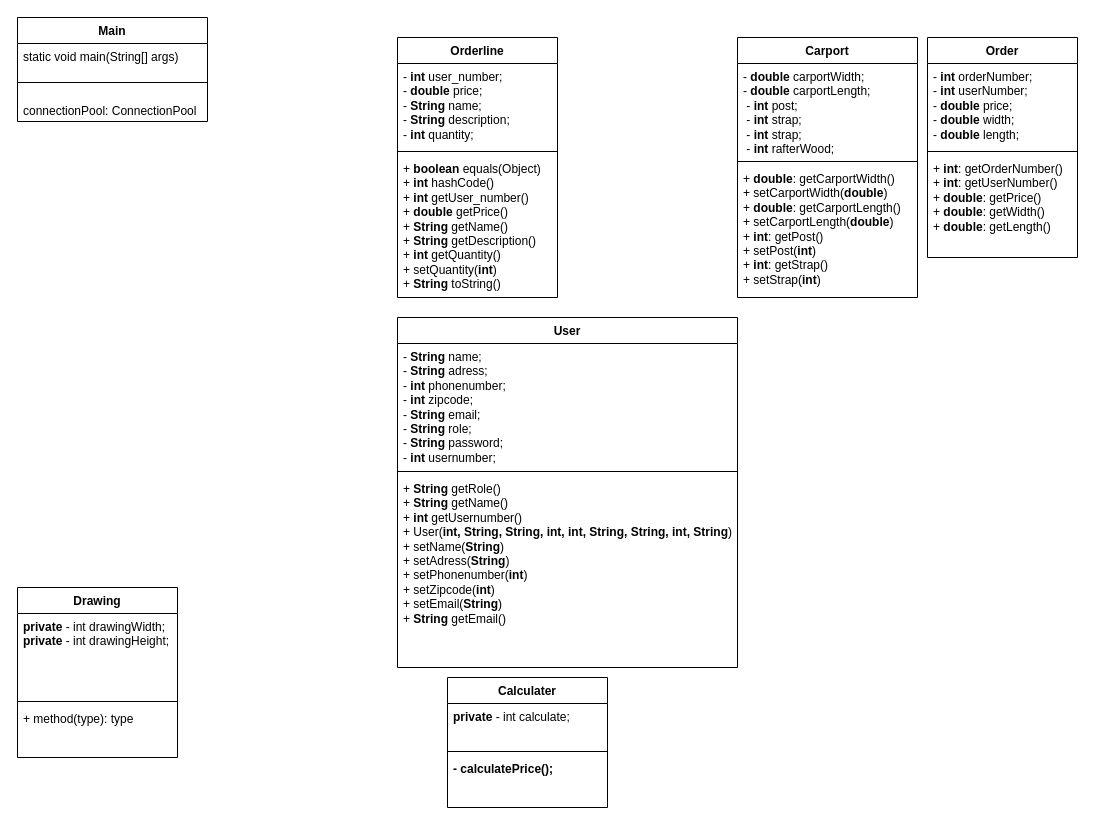
Earlier version of the draw.io diagram src/main/resources/diagrams/Classdiagrams/class diagram.drawio (RodneyMuyanga/2.-semesterprojekt-FOG). Source tidied: cells renumbered, new cells numbered last; positions are measured from the earlier drawing's top-left corner, leaving out a move shared by most shapes. Both pictures are drawn from the tidied source at 100%, with x=0, y=0 at pixel (17, 17).
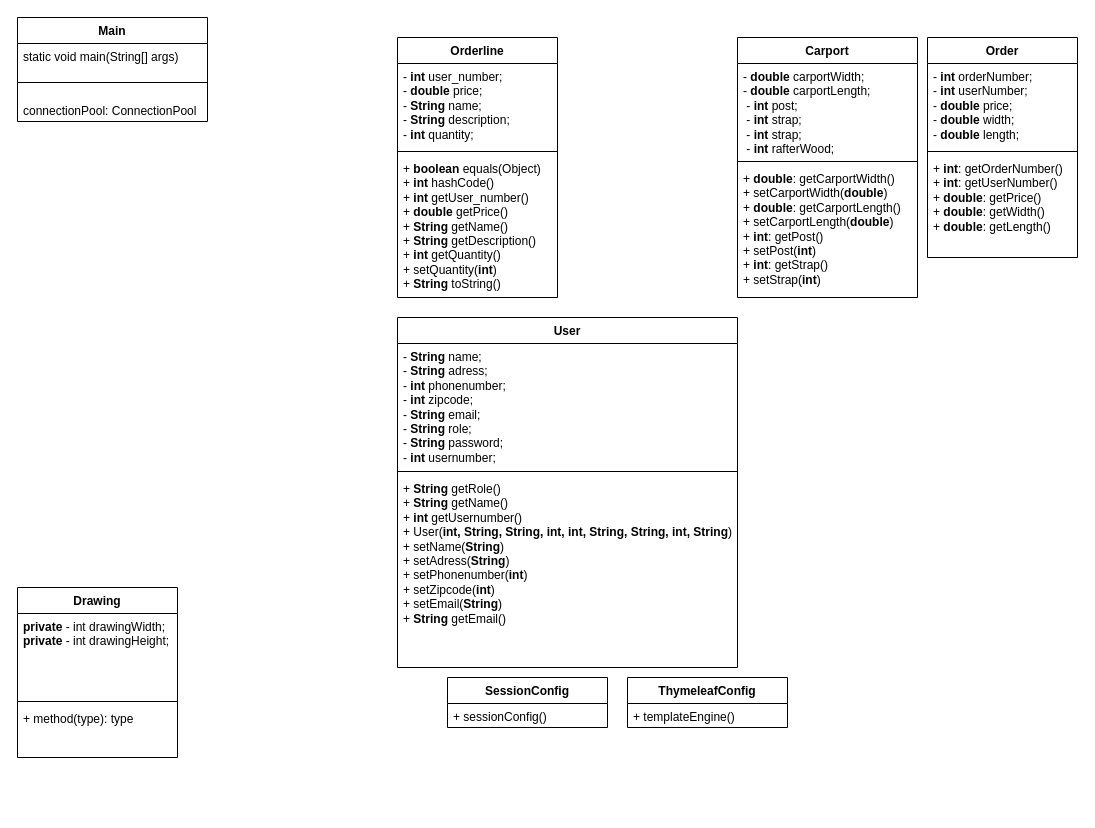
After the change.

The edit, as a diff of the source:
```diff
@@
-    <mxCell id="14" value="Calculater" style="swimlane;fontStyle=1;align=center;verticalAlign=top;horizontal=1;startSize=26;whiteSpace=wrap;html=1;" parent="1" vertex="1">
-      <mxGeometry x="430" y="660" width="160" height="130" as="geometry" />
+    <mxCell id="14" value="SessionConfig" style="swimlane;fontStyle=1;align=center;verticalAlign=top;horizontal=1;startSize=26;whiteSpace=wrap;html=1;" parent="1" vertex="1">
+      <mxGeometry x="430" y="660" width="160" height="50" as="geometry" />
     </mxCell>
-    <mxCell id="15" value="&lt;div&gt;&lt;div&gt;&lt;b&gt;private&lt;/b&gt; - int calculate;&lt;/div&gt;&lt;/div&gt;&lt;div&gt;&lt;br&gt;&lt;/div&gt;" style="text;strokeColor=none;fillColor=none;align=left;verticalAlign=top;spacingLeft=4;spacingRight=4;overflow=hidden;whiteSpace=wrap;html=1;" parent="14" vertex="1">
-      <mxGeometry y="26" width="160" height="44" as="geometry" />
+    <mxCell id="15" value="+ sessionConfig()" style="text;strokeColor=none;fillColor=none;align=left;verticalAlign=top;spacingLeft=4;spacingRight=4;overflow=hidden;whiteSpace=wrap;html=1;" parent="14" vertex="1">
+      <mxGeometry y="26" width="160" height="24" as="geometry" />
     </mxCell>
-    <mxCell id="16" style="line;strokeWidth=1;fillColor=none;align=left;verticalAlign=middle;spacingTop=-1;spacingLeft=3;spacingRight=3;labelPosition=right;strokeColor=inherit;" parent="14" vertex="1">
-      <mxGeometry y="70" width="160" height="8" as="geometry" />
-    </mxCell>
-    <mxCell id="17" value="&lt;b&gt;- calculatePrice();&lt;br&gt;&lt;/b&gt;" style="text;strokeColor=none;fillColor=none;align=left;verticalAlign=top;spacingLeft=4;spacingRight=4;overflow=hidden;whiteSpace=wrap;html=1;" parent="14" vertex="1">
-      <mxGeometry y="78" width="160" height="52" as="geometry" />
-    </mxCell>
@@
+    <mxCell id="30" value="ThymeleafConfig" style="swimlane;fontStyle=1;align=center;verticalAlign=top;horizontal=1;startSize=26;whiteSpace=wrap;html=1;" parent="1" vertex="1">
+      <mxGeometry x="610" y="660" width="160" height="50" as="geometry" />
+    </mxCell>
+    <mxCell id="31" value="+ templateEngine()" style="text;strokeColor=none;fillColor=none;align=left;verticalAlign=top;spacingLeft=4;spacingRight=4;overflow=hidden;whiteSpace=wrap;html=1;" parent="30" vertex="1">
+      <mxGeometry y="26" width="160" height="24" as="geometry" />
+    </mxCell>
```
